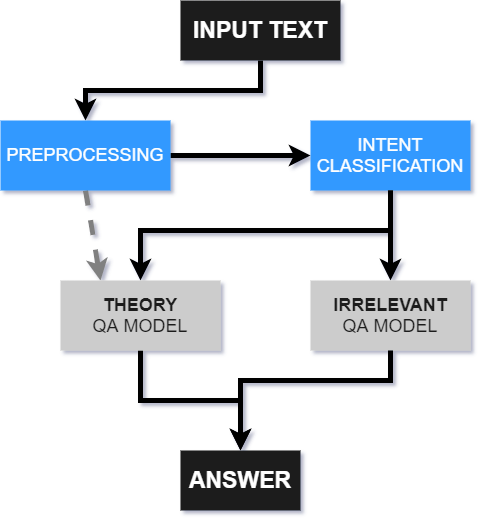
Earlier version of the draw.io export resources/Workflow.png (tamlc46/CodEbot). Source tidied: cells renumbered, new cells last; positions are measured from the earlier drawing's top-left corner, leaving out a move shared by most shapes. Source of this version:
```xml
<mxGraphModel>
  <root>
    <mxCell id="0" />
    <mxCell id="1" parent="0" />
    <mxCell id="2" style="edgeStyle=none;rounded=0;jettySize=auto;html=1;exitX=0.5;exitY=1;exitDx=0;exitDy=0;dashed=1;strokeColor=#808080;strokeWidth=5;fontSize=18;fontColor=#1A1A1A;entryX=0.25;entryY=0;entryDx=0;entryDy=0;" parent="1" edge="1" source="10" target="13">
      <mxGeometry relative="1" as="geometry" />
    </mxCell>
    <mxCell id="3" style="edgeStyle=orthogonalEdgeStyle;rounded=0;jettySize=auto;html=1;exitX=0.5;exitY=1;exitDx=0;exitDy=0;entryX=0.5;entryY=0;entryDx=0;entryDy=0;strokeColor=#000000;strokeWidth=5;fontSize=18;fontColor=#1A1A1A;" parent="1" edge="1" source="13" target="14">
      <mxGeometry relative="1" as="geometry" />
    </mxCell>
    <mxCell id="4" style="edgeStyle=orthogonalEdgeStyle;rounded=0;jettySize=auto;html=1;exitX=0.5;exitY=1;exitDx=0;exitDy=0;entryX=0.5;entryY=0;entryDx=0;entryDy=0;fontSize=18;fontColor=#1A1A1A;strokeWidth=5;" parent="1" edge="1" source="5" target="10">
      <mxGeometry relative="1" as="geometry" />
    </mxCell>
    <mxCell id="5" value="&lt;font style=&quot;font-size: 23px&quot;&gt;INPUT TEXT&lt;br&gt;&lt;/font&gt;" style="rounded=0;whiteSpace=wrap;html=1;fillColor=#1A1A1A;fontStyle=1;fontSize=23;labelBorderColor=none;strokeColor=none;fontColor=#FFFFFF;" parent="1" vertex="1">
      <mxGeometry x="180" width="160" height="60" as="geometry" />
    </mxCell>
    <mxCell id="6" style="edgeStyle=orthogonalEdgeStyle;rounded=0;jettySize=auto;html=1;exitX=0.5;exitY=1;exitDx=0;exitDy=0;fontSize=18;fontColor=#1A1A1A;strokeWidth=5;entryX=0.5;entryY=0;entryDx=0;entryDy=0;" parent="1" edge="1" source="8" target="13">
      <mxGeometry relative="1" as="geometry">
        <Array as="points">
          <mxPoint x="390" y="230" />
          <mxPoint x="140" y="230" />
        </Array>
      </mxGeometry>
    </mxCell>
    <mxCell id="7" style="edgeStyle=orthogonalEdgeStyle;rounded=0;jettySize=auto;html=1;exitX=0.5;exitY=1;exitDx=0;exitDy=0;entryX=0.5;entryY=0;entryDx=0;entryDy=0;fontSize=18;fontColor=#1A1A1A;strokeWidth=5;" parent="1" edge="1" source="8" target="12">
      <mxGeometry relative="1" as="geometry">
        <Array as="points">
          <mxPoint x="390" y="240" />
          <mxPoint x="390" y="240" />
        </Array>
      </mxGeometry>
    </mxCell>
    <mxCell id="8" value="INTENT CLASSIFICATION" style="rounded=0;whiteSpace=wrap;html=1;fillColor=#3399FF;fontSize=18;fontColor=#FFFFFF;strokeColor=none;" parent="1" vertex="1">
      <mxGeometry x="310" y="120" width="160" height="70" as="geometry" />
    </mxCell>
    <mxCell id="9" style="edgeStyle=orthogonalEdgeStyle;rounded=0;jettySize=auto;html=1;exitX=1;exitY=0.5;exitDx=0;exitDy=0;entryX=0;entryY=0.5;entryDx=0;entryDy=0;fontSize=18;fontColor=#1A1A1A;strokeWidth=5;" parent="1" edge="1" source="10" target="8">
      <mxGeometry relative="1" as="geometry" />
    </mxCell>
    <mxCell id="10" value="PREPROCESSING" style="rounded=0;whiteSpace=wrap;html=1;fillColor=#3399FF;fontSize=18;fontColor=#FFFFFF;strokeColor=none;" parent="1" vertex="1">
      <mxGeometry y="120" width="170" height="70" as="geometry" />
    </mxCell>
    <mxCell id="11" style="edgeStyle=orthogonalEdgeStyle;rounded=0;jettySize=auto;html=1;exitX=0.5;exitY=1;exitDx=0;exitDy=0;strokeColor=#000000;strokeWidth=5;fontSize=18;fontColor=#1A1A1A;entryX=0.5;entryY=0;entryDx=0;entryDy=0;" parent="1" edge="1" source="12" target="14">
      <mxGeometry relative="1" as="geometry">
        <Array as="points">
          <mxPoint x="390" y="380" />
          <mxPoint x="240" y="380" />
        </Array>
      </mxGeometry>
    </mxCell>
    <mxCell id="12" value="&lt;b&gt;IRRELEVANT&lt;/b&gt;&lt;br&gt;QA MODEL" style="rounded=0;whiteSpace=wrap;html=1;fillColor=#CCCCCC;fontSize=18;fontColor=#1A1A1A;strokeColor=none;" parent="1" vertex="1">
      <mxGeometry x="310" y="280" width="160" height="70" as="geometry" />
    </mxCell>
    <mxCell id="13" value="&lt;b&gt;THEORY&lt;/b&gt;&lt;br&gt;&lt;span&gt;QA MODEL&lt;/span&gt;" style="rounded=0;whiteSpace=wrap;html=1;fillColor=#CCCCCC;fontSize=18;fontColor=#1A1A1A;strokeColor=none;" parent="1" vertex="1">
      <mxGeometry x="60" y="280" width="160" height="70" as="geometry" />
    </mxCell>
    <mxCell id="14" value="ANSWER" style="rounded=0;whiteSpace=wrap;html=1;fillColor=#1A1A1A;fontStyle=1;fontSize=23;labelBorderColor=none;strokeColor=none;fontColor=#FFFFFF;" parent="1" vertex="1">
      <mxGeometry x="180" y="450" width="120" height="60" as="geometry" />
    </mxCell>
  </root>
</mxGraphModel>
```
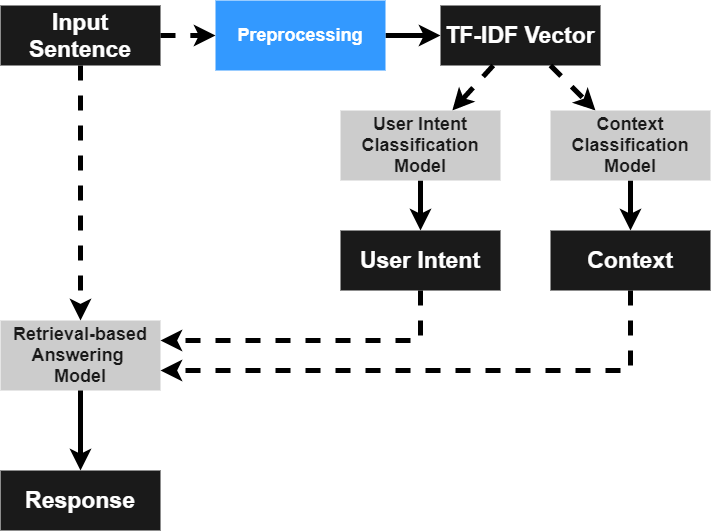
Above is the later version.

Diff of the diagram source:
```diff
@@ -2,59 +2,70 @@
   <root>
     <mxCell id="0" />
     <mxCell id="1" parent="0" />
-    <mxCell id="2" style="edgeStyle=none;rounded=0;jettySize=auto;html=1;exitX=0.5;exitY=1;exitDx=0;exitDy=0;dashed=1;strokeColor=#808080;strokeWidth=5;fontSize=18;fontColor=#1A1A1A;entryX=0.25;entryY=0;entryDx=0;entryDy=0;" parent="1" edge="1" source="10" target="13">
-      <mxGeometry relative="1" as="geometry" />
-    </mxCell>
-    <mxCell id="3" style="edgeStyle=orthogonalEdgeStyle;rounded=0;jettySize=auto;html=1;exitX=0.5;exitY=1;exitDx=0;exitDy=0;entryX=0.5;entryY=0;entryDx=0;entryDy=0;strokeColor=#000000;strokeWidth=5;fontSize=18;fontColor=#1A1A1A;" parent="1" edge="1" source="13" target="14">
-      <mxGeometry relative="1" as="geometry" />
-    </mxCell>
-    <mxCell id="4" style="edgeStyle=orthogonalEdgeStyle;rounded=0;jettySize=auto;html=1;exitX=0.5;exitY=1;exitDx=0;exitDy=0;entryX=0.5;entryY=0;entryDx=0;entryDy=0;fontSize=18;fontColor=#1A1A1A;strokeWidth=5;" parent="1" edge="1" source="5" target="10">
-      <mxGeometry relative="1" as="geometry" />
-    </mxCell>
-    <mxCell id="5" value="&lt;font style=&quot;font-size: 23px&quot;&gt;INPUT TEXT&lt;br&gt;&lt;/font&gt;" style="rounded=0;whiteSpace=wrap;html=1;fillColor=#1A1A1A;fontStyle=1;fontSize=23;labelBorderColor=none;strokeColor=none;fontColor=#FFFFFF;" parent="1" vertex="1">
-      <mxGeometry x="180" width="160" height="60" as="geometry" />
+    <mxCell id="5" value="&lt;font style=&quot;font-size: 23px&quot;&gt;Input Sentence&lt;br&gt;&lt;/font&gt;" style="rounded=0;whiteSpace=wrap;html=1;fillColor=#1A1A1A;fontStyle=1;fontSize=23;labelBorderColor=none;strokeColor=none;fontColor=#FFFFFF;" parent="1" vertex="1">
+      <mxGeometry x="-40" y="15" width="160" height="60" as="geometry" />
     </mxCell>
-    <mxCell id="6" style="edgeStyle=orthogonalEdgeStyle;rounded=0;jettySize=auto;html=1;exitX=0.5;exitY=1;exitDx=0;exitDy=0;fontSize=18;fontColor=#1A1A1A;strokeWidth=5;entryX=0.5;entryY=0;entryDx=0;entryDy=0;" parent="1" edge="1" source="8" target="13">
-      <mxGeometry relative="1" as="geometry">
-        <Array as="points">
-          <mxPoint x="390" y="230" />
-          <mxPoint x="140" y="230" />
-        </Array>
-      </mxGeometry>
-    </mxCell>
-    <mxCell id="7" style="edgeStyle=orthogonalEdgeStyle;rounded=0;jettySize=auto;html=1;exitX=0.5;exitY=1;exitDx=0;exitDy=0;entryX=0.5;entryY=0;entryDx=0;entryDy=0;fontSize=18;fontColor=#1A1A1A;strokeWidth=5;" parent="1" edge="1" source="8" target="12">
-      <mxGeometry relative="1" as="geometry">
-        <Array as="points">
-          <mxPoint x="390" y="240" />
-          <mxPoint x="390" y="240" />
-        </Array>
-      </mxGeometry>
-    </mxCell>
-    <mxCell id="8" value="INTENT CLASSIFICATION" style="rounded=0;whiteSpace=wrap;html=1;fillColor=#3399FF;fontSize=18;fontColor=#FFFFFF;strokeColor=none;" parent="1" vertex="1">
-      <mxGeometry x="310" y="120" width="160" height="70" as="geometry" />
-    </mxCell>
-    <mxCell id="9" style="edgeStyle=orthogonalEdgeStyle;rounded=0;jettySize=auto;html=1;exitX=1;exitY=0.5;exitDx=0;exitDy=0;entryX=0;entryY=0.5;entryDx=0;entryDy=0;fontSize=18;fontColor=#1A1A1A;strokeWidth=5;" parent="1" edge="1" source="10" target="8">
+    <mxCell id="9" style="edgeStyle=orthogonalEdgeStyle;rounded=0;jettySize=auto;html=1;exitX=1;exitY=0.5;exitDx=0;exitDy=0;fontSize=18;fontColor=#1A1A1A;strokeWidth=5;" parent="1" edge="1" source="10" target="15">
       <mxGeometry relative="1" as="geometry" />
     </mxCell>
-    <mxCell id="10" value="PREPROCESSING" style="rounded=0;whiteSpace=wrap;html=1;fillColor=#3399FF;fontSize=18;fontColor=#FFFFFF;strokeColor=none;" parent="1" vertex="1">
-      <mxGeometry y="120" width="170" height="70" as="geometry" />
+    <mxCell id="10" value="Preprocessing" style="rounded=0;whiteSpace=wrap;html=1;fillColor=#3399FF;fontSize=18;fontColor=#FFFFFF;strokeColor=none;fontStyle=1;" parent="1" vertex="1">
+      <mxGeometry x="175" y="10" width="170" height="70" as="geometry" />
     </mxCell>
-    <mxCell id="11" style="edgeStyle=orthogonalEdgeStyle;rounded=0;jettySize=auto;html=1;exitX=0.5;exitY=1;exitDx=0;exitDy=0;strokeColor=#000000;strokeWidth=5;fontSize=18;fontColor=#1A1A1A;entryX=0.5;entryY=0;entryDx=0;entryDy=0;" parent="1" edge="1" source="12" target="14">
-      <mxGeometry relative="1" as="geometry">
-        <Array as="points">
-          <mxPoint x="390" y="380" />
-          <mxPoint x="240" y="380" />
-        </Array>
-      </mxGeometry>
-    </mxCell>
-    <mxCell id="12" value="&lt;b&gt;IRRELEVANT&lt;/b&gt;&lt;br&gt;QA MODEL" style="rounded=0;whiteSpace=wrap;html=1;fillColor=#CCCCCC;fontSize=18;fontColor=#1A1A1A;strokeColor=none;" parent="1" vertex="1">
-      <mxGeometry x="310" y="280" width="160" height="70" as="geometry" />
-    </mxCell>
-    <mxCell id="13" value="&lt;b&gt;THEORY&lt;/b&gt;&lt;br&gt;&lt;span&gt;QA MODEL&lt;/span&gt;" style="rounded=0;whiteSpace=wrap;html=1;fillColor=#CCCCCC;fontSize=18;fontColor=#1A1A1A;strokeColor=none;" parent="1" vertex="1">
-      <mxGeometry x="60" y="280" width="160" height="70" as="geometry" />
+    <mxCell id="13" value="&lt;span&gt;Retrieval-based Answering &lt;br&gt;Model&lt;/span&gt;" style="rounded=0;whiteSpace=wrap;html=1;fillColor=#CCCCCC;fontSize=18;fontColor=#1A1A1A;strokeColor=none;fontStyle=1;" parent="1" vertex="1">
+      <mxGeometry x="-40" y="330" width="160" height="70" as="geometry" />
     </mxCell>
-    <mxCell id="14" value="ANSWER" style="rounded=0;whiteSpace=wrap;html=1;fillColor=#1A1A1A;fontStyle=1;fontSize=23;labelBorderColor=none;strokeColor=none;fontColor=#FFFFFF;" parent="1" vertex="1">
-      <mxGeometry x="180" y="450" width="120" height="60" as="geometry" />
+    <mxCell id="14" value="Response" style="rounded=0;whiteSpace=wrap;html=1;fillColor=#1A1A1A;fontStyle=1;fontSize=23;labelBorderColor=none;strokeColor=none;fontColor=#FFFFFF;" parent="1" vertex="1">
+      <mxGeometry x="-40" y="480" width="160" height="60" as="geometry" />
     </mxCell>
+    <mxCell id="15" value="&lt;font style=&quot;font-size: 23px&quot;&gt;TF-IDF Vector&lt;br&gt;&lt;/font&gt;" style="rounded=0;whiteSpace=wrap;html=1;fillColor=#1A1A1A;fontStyle=1;fontSize=23;labelBorderColor=none;strokeColor=none;fontColor=#FFFFFF;" parent="1" vertex="1">
+      <mxGeometry x="400" y="15" width="160" height="60" as="geometry" />
+    </mxCell>
+    <mxCell id="16" style="rounded=0;jettySize=auto;html=1;fontSize=18;fontColor=#1A1A1A;strokeWidth=5;dashed=1;" parent="1" edge="1" source="15" target="25">
+      <mxGeometry relative="1" as="geometry" />
+    </mxCell>
+    <mxCell id="17" style="rounded=0;jettySize=auto;html=1;fontSize=18;fontColor=#1A1A1A;strokeWidth=5;dashed=1;" parent="1" edge="1" source="15" target="26">
+      <mxGeometry relative="1" as="geometry" />
+    </mxCell>
+    <mxCell id="18" style="rounded=0;jettySize=auto;html=1;fontSize=18;fontColor=#1A1A1A;strokeWidth=5;dashed=1;" parent="1" edge="1" source="5" target="13">
+      <mxGeometry relative="1" as="geometry" />
+    </mxCell>
+    <mxCell id="19" style="rounded=0;jettySize=auto;html=1;fontSize=18;fontColor=#1A1A1A;strokeWidth=5;" parent="1" edge="1" source="25" target="21">
+      <mxGeometry relative="1" as="geometry" />
+    </mxCell>
+    <mxCell id="20" style="rounded=0;jettySize=auto;html=1;fontSize=18;fontColor=#1A1A1A;strokeWidth=5;" parent="1" edge="1" source="26" target="22">
+      <mxGeometry relative="1" as="geometry" />
+    </mxCell>
+    <mxCell id="21" value="&lt;font style=&quot;font-size: 23px&quot;&gt;User Intent&lt;br&gt;&lt;/font&gt;" style="rounded=0;whiteSpace=wrap;html=1;fillColor=#1A1A1A;fontStyle=1;fontSize=23;labelBorderColor=none;strokeColor=none;fontColor=#FFFFFF;" parent="1" vertex="1">
+      <mxGeometry x="300" y="240" width="160" height="60" as="geometry" />
+    </mxCell>
+    <mxCell id="22" value="Context" style="rounded=0;whiteSpace=wrap;html=1;fillColor=#1A1A1A;fontStyle=1;fontSize=23;labelBorderColor=none;strokeColor=none;fontColor=#FFFFFF;" parent="1" vertex="1">
+      <mxGeometry x="510" y="240" width="160" height="60" as="geometry" />
+    </mxCell>
+    <mxCell id="23" style="rounded=0;jettySize=auto;html=1;fontSize=18;fontColor=#1A1A1A;strokeWidth=5;edgeStyle=orthogonalEdgeStyle;dashed=1;" parent="1" edge="1" source="21" target="13">
+      <mxGeometry relative="1" as="geometry">
+        <Array as="points">
+          <mxPoint x="380" y="350" />
+        </Array>
+      </mxGeometry>
+    </mxCell>
+    <mxCell id="24" style="rounded=0;jettySize=auto;html=1;fontSize=18;fontColor=#1A1A1A;strokeWidth=5;edgeStyle=orthogonalEdgeStyle;dashed=1;" parent="1" edge="1" source="22" target="13">
+      <mxGeometry relative="1" as="geometry">
+        <Array as="points">
+          <mxPoint x="590" y="380" />
+        </Array>
+      </mxGeometry>
+    </mxCell>
+    <mxCell id="3" style="rounded=0;jettySize=auto;html=1;fontSize=18;fontColor=#1A1A1A;strokeWidth=5;" parent="1" edge="1" source="13" target="14">
+      <mxGeometry relative="1" as="geometry" />
+    </mxCell>
+    <mxCell id="25" value="User Intent Classification Model" style="rounded=0;whiteSpace=wrap;html=1;fillColor=#CCCCCC;fontSize=18;fontColor=#1A1A1A;strokeColor=none;fontStyle=1;" parent="1" vertex="1">
+      <mxGeometry x="300" y="120" width="160" height="70" as="geometry" />
+    </mxCell>
+    <mxCell id="26" value="Context Classification Model" style="rounded=0;whiteSpace=wrap;html=1;fillColor=#CCCCCC;fontSize=18;fontColor=#1A1A1A;strokeColor=none;fontStyle=1;" parent="1" vertex="1">
+      <mxGeometry x="510" y="120" width="160" height="70" as="geometry" />
+    </mxCell>
+    <mxCell id="4" style="rounded=0;jettySize=auto;html=1;fontSize=18;fontColor=#1A1A1A;strokeWidth=5;dashed=1;" parent="1" edge="1" source="5" target="10">
+      <mxGeometry relative="1" as="geometry" />
+    </mxCell>
   </root>
 </mxGraphModel>
```
